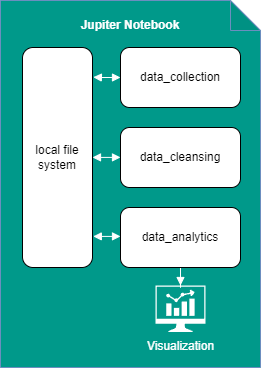
Before: abbildungen/Prototyp Architecture.drawio.png, a diagram exported from draw.io (Aletender/SemiUnstructDataAnalysis-Semianrarbeit). Source tidied: cells renumbered, new cells last; positions are measured from the earlier drawing's top-left corner, leaving out a move shared by most shapes.
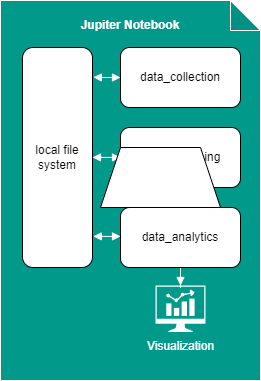
Above is the later version.

The edit, as a diff of the source:
```diff
@@ -2,8 +2,8 @@
   <root>
     <mxCell id="0" />
     <mxCell id="1" parent="0" />
-    <mxCell id="2" value="&lt;p style=&quot;line-height: 110%;&quot;&gt;Jupiter Notebook&lt;/p&gt;" style="shape=note;whiteSpace=wrap;html=1;backgroundOutline=1;darkOpacity=0.05;fillColor=#00998A;strokeColor=#6c8ebf;verticalAlign=top;fontStyle=1;fontColor=#FFFFFF;" parent="1" vertex="1">
-      <mxGeometry width="260" height="367" as="geometry" />
+    <mxCell id="2" value="&lt;p style=&quot;line-height: 110%;&quot;&gt;Jupiter Notebook&lt;/p&gt;" style="shape=note;whiteSpace=wrap;html=1;backgroundOutline=1;darkOpacity=0.05;fillColor=#00998A;strokeColor=#FFFFFF;verticalAlign=top;fontStyle=1;fontColor=#FFFFFF;" parent="1" vertex="1">
+      <mxGeometry width="260" height="380" as="geometry" />
     </mxCell>
     <mxCell id="3" style="edgeStyle=orthogonalEdgeStyle;rounded=0;jettySize=auto;html=1;entryX=1.012;entryY=0.135;entryDx=0;entryDy=0;entryPerimeter=0;strokeColor=#FFFFFF;endArrow=block;endFill=1;startArrow=block;startFill=1;" parent="1" edge="1" source="4" target="8">
       <mxGeometry relative="1" as="geometry" />
@@ -36,5 +36,8 @@
     <mxCell id="11" value="Visualization" style="sketch=0;shadow=0;dashed=0;html=1;strokeColor=none;fillColor=#ffffff;labelPosition=center;verticalLabelPosition=bottom;verticalAlign=top;align=center;outlineConnect=0;shape=mxgraph.vvd.nsx_dashboard;fontColor=#FFFFFF;" parent="1" vertex="1">
       <mxGeometry x="155" y="285" width="50" height="46.5" as="geometry" />
     </mxCell>
+    <mxCell id="12" style="shape=trapezoid;perimeter=trapezoidPerimeter;whiteSpace=wrap;html=1;fixedSize=1;" parent="1" vertex="1">
+      <mxGeometry x="100" y="147" width="120" height="60" as="geometry" />
+    </mxCell>
   </root>
 </mxGraphModel>
```
